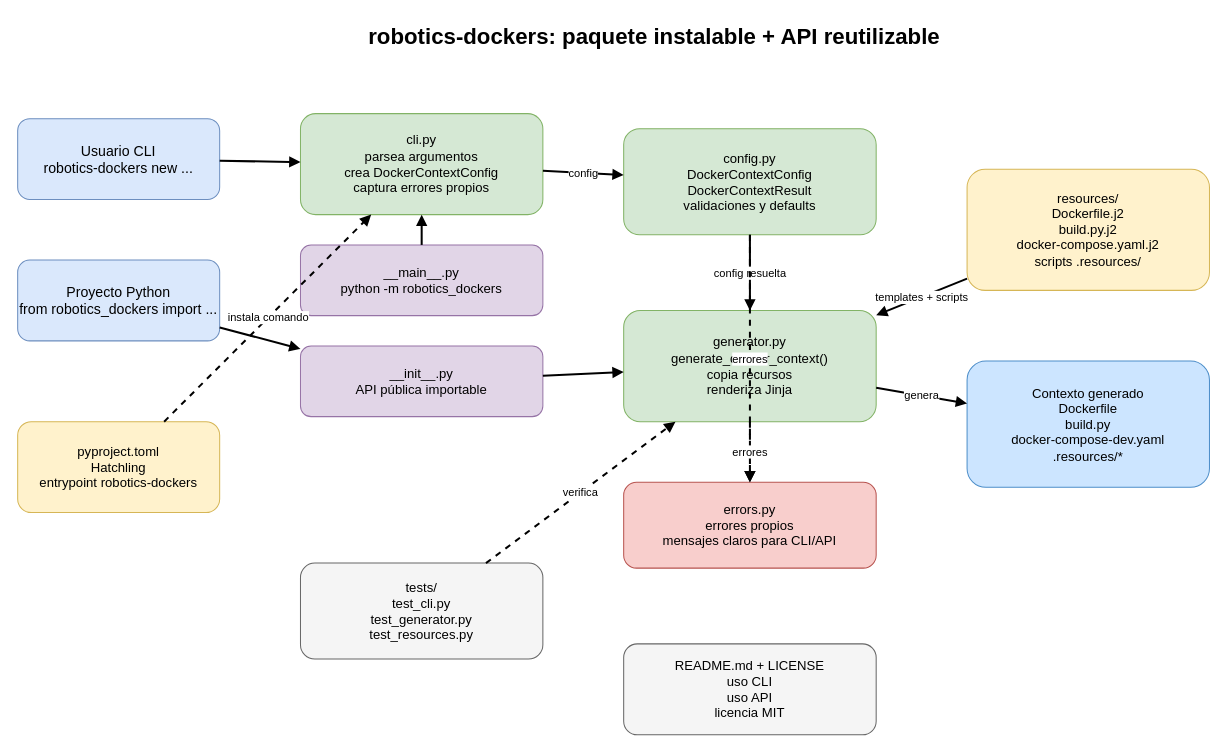
jfrascon/robotics_dockers keeps this draw.io diagram as docs/refactor-architecture.drawio. Above is the earlier version. Source tidied: cells renumbered, new cells numbered last; positions are measured from the earlier drawing's top-left corner, leaving out a move shared by most shapes. Both pictures are drawn from the tidied source at 101%, with x=0, y=0 at pixel (17, 17).
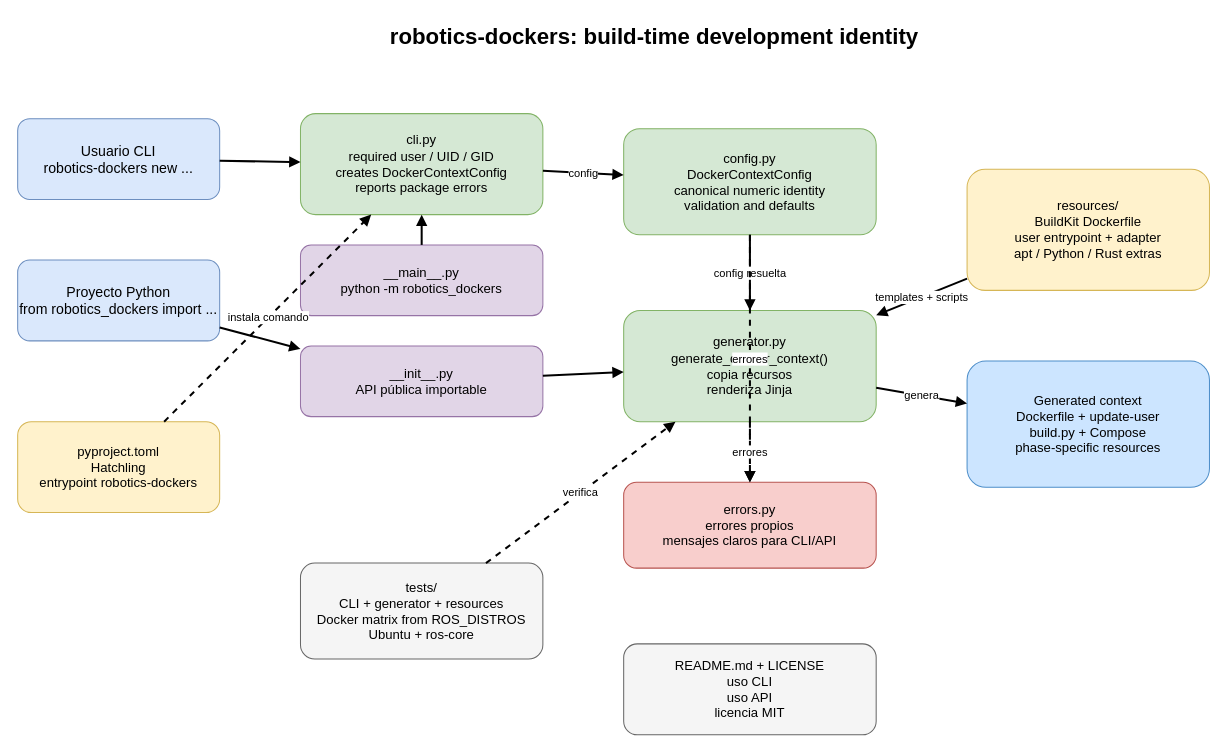
Above is the later version.

Change to the diagram source:
```diff
@@
-    <mxCell id="2" value="robotics-dockers: paquete instalable + API reutilizable" style="text;html=1;strokeColor=none;fillColor=none;fontSize=22;fontStyle=1;align=center;verticalAlign=middle;" parent="1" vertex="1">
+    <mxCell id="2" value="robotics-dockers: build-time development identity" style="text;html=1;strokeColor=none;fillColor=none;fontSize=22;fontStyle=1;align=center;verticalAlign=middle;" parent="1" vertex="1">
       <mxGeometry x="220" width="820" height="40" as="geometry" />
     </mxCell>
@@
-    <mxCell id="6" value="cli.py&#10;parsea argumentos&#10;crea DockerContextConfig&#10;captura errores propios" style="rounded=1;whiteSpace=wrap;html=1;fillColor=#d5e8d4;strokeColor=#82b366;fontSize=13;" parent="1" vertex="1">
+    <mxCell id="6" value="cli.py&#10;required user / UID / GID&#10;creates DockerContextConfig&#10;reports package errors" style="rounded=1;whiteSpace=wrap;html=1;fillColor=#d5e8d4;strokeColor=#82b366;fontSize=13;" parent="1" vertex="1">
       <mxGeometry x="280" y="95" width="240" height="100" as="geometry" />
     </mxCell>
@@
-    <mxCell id="9" value="config.py&#10;DockerContextConfig&#10;DockerContextResult&#10;validaciones y defaults" style="rounded=1;whiteSpace=wrap;html=1;fillColor=#d5e8d4;strokeColor=#82b366;fontSize=13;" parent="1" vertex="1">
+    <mxCell id="9" value="config.py&#10;DockerContextConfig&#10;canonical numeric identity&#10;validation and defaults" style="rounded=1;whiteSpace=wrap;html=1;fillColor=#d5e8d4;strokeColor=#82b366;fontSize=13;" parent="1" vertex="1">
       <mxGeometry x="600" y="110" width="250" height="105" as="geometry" />
     </mxCell>
@@
-    <mxCell id="12" value="resources/&#10;Dockerfile.j2&#10;build.py.j2&#10;docker-compose.yaml.j2&#10;scripts .resources/" style="rounded=1;whiteSpace=wrap;html=1;fillColor=#fff2cc;strokeColor=#d6b656;fontSize=13;" parent="1" vertex="1">
+    <mxCell id="12" value="resources/&#10;BuildKit Dockerfile&#10;user entrypoint + adapter&#10;apt / Python / Rust extras" style="rounded=1;whiteSpace=wrap;html=1;fillColor=#fff2cc;strokeColor=#d6b656;fontSize=13;" parent="1" vertex="1">
       <mxGeometry x="940" y="150" width="240" height="120" as="geometry" />
     </mxCell>
-    <mxCell id="13" value="Contexto generado&#10;Dockerfile&#10;build.py&#10;docker-compose-dev.yaml&#10;.resources/*" style="rounded=1;whiteSpace=wrap;html=1;fillColor=#cce5ff;strokeColor=#4d8ec9;fontSize=13;" parent="1" vertex="1">
+    <mxCell id="13" value="Generated context&#10;Dockerfile + update-user&#10;build.py + Compose&#10;phase-specific resources" style="rounded=1;whiteSpace=wrap;html=1;fillColor=#cce5ff;strokeColor=#4d8ec9;fontSize=13;" parent="1" vertex="1">
       <mxGeometry x="940" y="340" width="240" height="125" as="geometry" />
     </mxCell>
-    <mxCell id="14" value="tests/&#10;test_cli.py&#10;test_generator.py&#10;test_resources.py" style="rounded=1;whiteSpace=wrap;html=1;fillColor=#f5f5f5;strokeColor=#666666;fontSize=13;" parent="1" vertex="1">
+    <mxCell id="14" value="tests/&#10;CLI + generator + resources&#10;Docker matrix from ROS_DISTROS&#10;Ubuntu + ros-core" style="rounded=1;whiteSpace=wrap;html=1;fillColor=#f5f5f5;strokeColor=#666666;fontSize=13;" parent="1" vertex="1">
       <mxGeometry x="280" y="540" width="240" height="95" as="geometry" />
     </mxCell>
```
